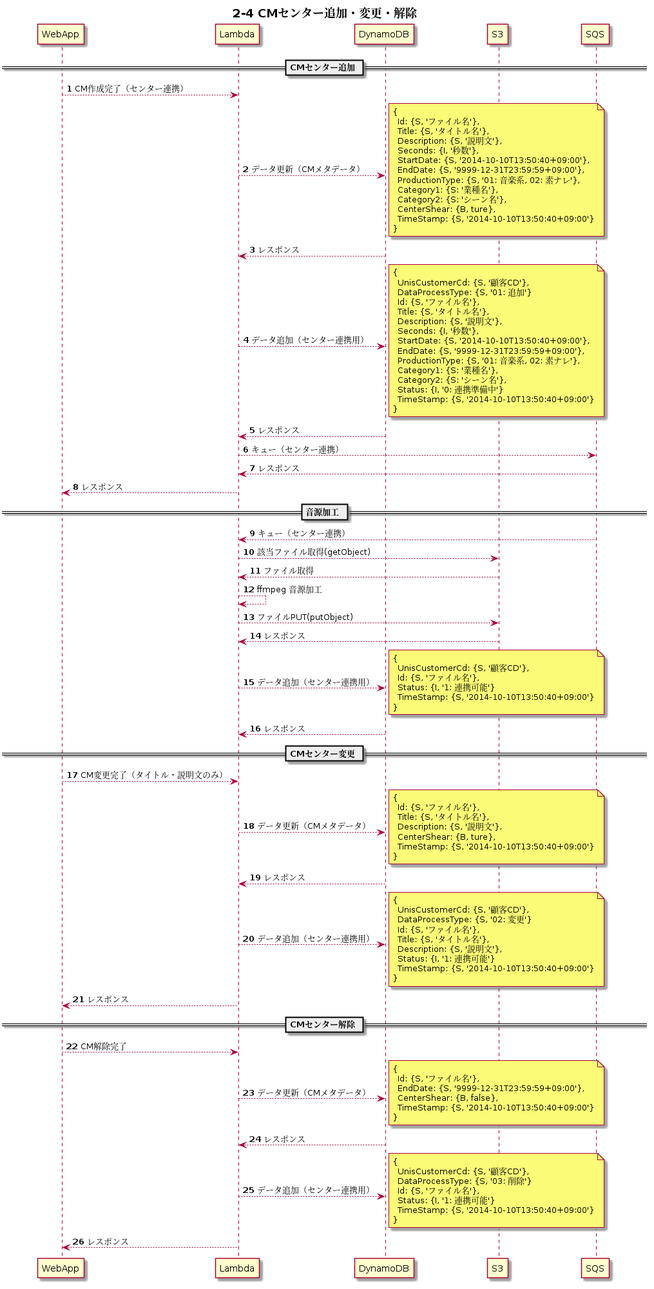
y-watanabe-usen/umesse-test keeps this PlantUML diagram as documents/uml/s2-4.png. Above is the earlier version. Source of this version:
```plantuml
@startuml s2-4

participant WebApp order 1
participant Lambda order 2
participant DynamoDB order 3
participant S3 order 4
participant SQS order 5
skinparam ParticipantPadding 50
autonumber

title ** 2-4 CMセンター追加・変更・解除 **

== CMセンター追加 ==
WebApp --> Lambda: CM作成完了（センター連携）
Lambda --> DynamoDB: データ更新（CMメタデータ）
note right
{
  Id: {S, 'ファイル名'},
  Title: {S, 'タイトル名'},
  Description: {S, '説明文'},
  Seconds: {I, '秒数'},
  StartDate: {S, '2014-10-10T13:50:40+09:00'},
  EndDate: {S, '9999-12-31T23:59:59+09:00'},
  ProductionType: {S, '01: 音楽系, 02: 素ナレ'},
  Category1: {S: '業種名'},
  Category2: {S: 'シーン名'},
  CenterShear: {B, ture},
  TimeStamp: {S, '2014-10-10T13:50:40+09:00'}
}
end note
Lambda <-- DynamoDB: レスポンス
Lambda --> DynamoDB: データ追加（センター連携用）
note right
{
  UnisCustomerCd: {S, '顧客CD'},
  DataProcessType: {S, '01: 追加'}
  Id: {S, 'ファイル名'},
  Title: {S, 'タイトル名'},
  Description: {S, '説明文'},
  Seconds: {I, '秒数'},
  StartDate: {S, '2014-10-10T13:50:40+09:00'},
  EndDate: {S, '9999-12-31T23:59:59+09:00'},
  ProductionType: {S, '01: 音楽系, 02: 素ナレ'},
  Category1: {S: '業種名'},
  Category2: {S: 'シーン名'},
  Status: {I, '0: 連携準備中'}
  TimeStamp: {S, '2014-10-10T13:50:40+09:00'}
}
end note
Lambda <-- DynamoDB: レスポンス
Lambda --> SQS: キュー（センター連携）
Lambda <-- SQS: レスポンス
WebApp <-- Lambda: レスポンス
== 音源加工 ==
Lambda <-- SQS: キュー（センター連携）
Lambda --> S3: 該当ファイル取得(getObject)
Lambda <-- S3: ファイル取得
Lambda --> Lambda: ffmpeg 音源加工
Lambda --> S3: ファイルPUT(putObject)
Lambda <-- S3: レスポンス
Lambda --> DynamoDB: データ追加（センター連携用）
note right
{
  UnisCustomerCd: {S, '顧客CD'},
  Id: {S, 'ファイル名'},
  Status: {I, '1: 連携可能'}
  TimeStamp: {S, '2014-10-10T13:50:40+09:00'}
}
end note
Lambda <-- DynamoDB: レスポンス

== CMセンター変更 ==
WebApp --> Lambda: CM変更完了（タイトル・説明文のみ）
Lambda --> DynamoDB: データ更新（CMメタデータ）
note right
{
  Id: {S, 'ファイル名'},
  Title: {S, 'タイトル名'},
  Description: {S, '説明文'},
  CenterShear: {B, ture},
  TimeStamp: {S, '2014-10-10T13:50:40+09:00'}
}
end note
Lambda <-- DynamoDB: レスポンス
Lambda --> DynamoDB: データ追加（センター連携用）
note right
{
  UnisCustomerCd: {S, '顧客CD'},
  DataProcessType: {S, '02: 変更'}
  Id: {S, 'ファイル名'},
  Title: {S, 'タイトル名'},
  Description: {S, '説明文'},
  Status: {I, '1: 連携可能'}
  TimeStamp: {S, '2014-10-10T13:50:40+09:00'}
}
end note
WebApp <-- Lambda: レスポンス

== CMセンター解除 ==
WebApp --> Lambda: CM解除完了
Lambda --> DynamoDB: データ更新（CMメタデータ）
note right
{
  Id: {S, 'ファイル名'},
  EndDate: {S, '9999-12-31T23:59:59+09:00'},
  CenterShear: {B, false},
  TimeStamp: {S, '2014-10-10T13:50:40+09:00'}
}
end note
Lambda <-- DynamoDB: レスポンス
Lambda --> DynamoDB: データ追加（センター連携用）
note right
{
  UnisCustomerCd: {S, '顧客CD'},
  DataProcessType: {S, '03: 削除'}
  Id: {S, 'ファイル名'},
  Status: {I, '1: 連携可能'}
  TimeStamp: {S, '2014-10-10T13:50:40+09:00'}
}
end note
WebApp <-- Lambda: レスポンス

@enduml
```
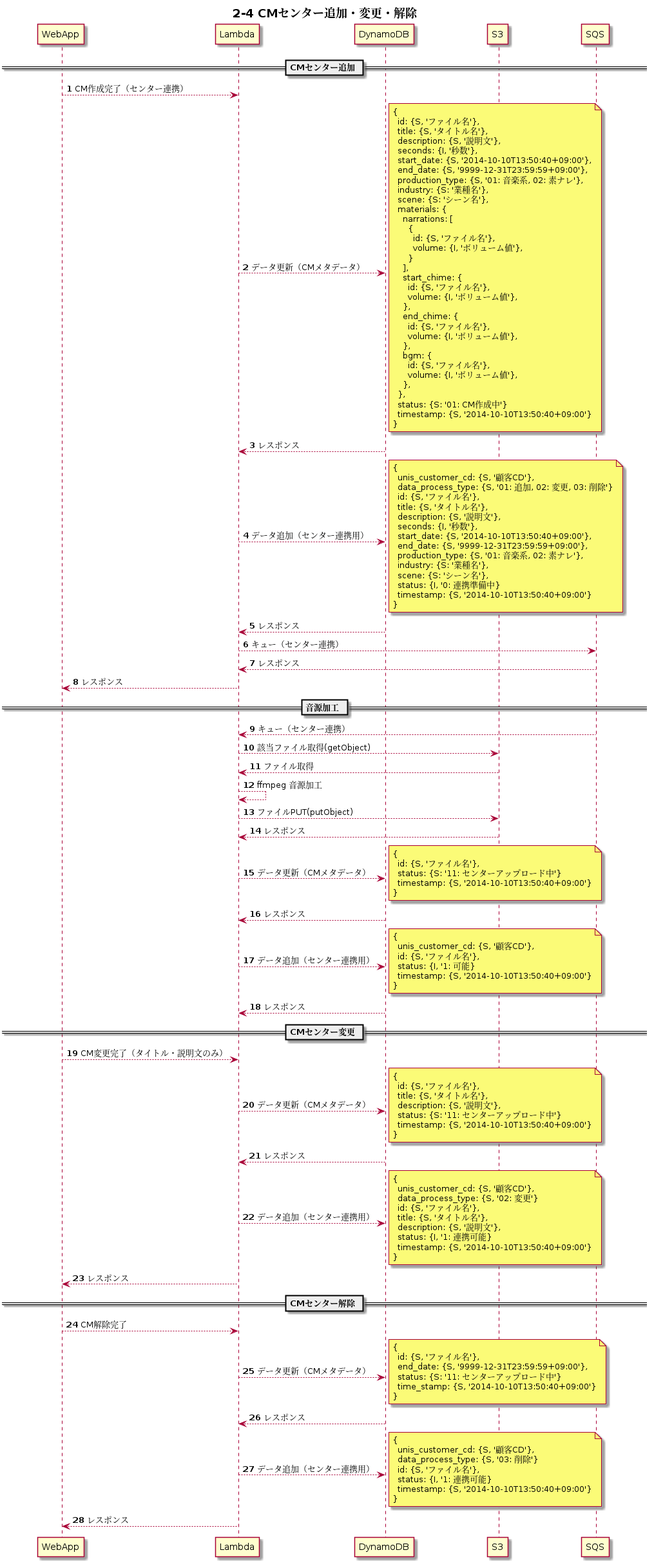
The same diagram one commit later.

Diff of the diagram source:
```diff
@@ -15,36 +15,56 @@
 Lambda --> DynamoDB: データ更新（CMメタデータ）
 note right
 {
-  Id: {S, 'ファイル名'},
-  Title: {S, 'タイトル名'},
-  Description: {S, '説明文'},
-  Seconds: {I, '秒数'},
-  StartDate: {S, '2014-10-10T13:50:40+09:00'},
-  EndDate: {S, '9999-12-31T23:59:59+09:00'},
-  ProductionType: {S, '01: 音楽系, 02: 素ナレ'},
-  Category1: {S: '業種名'},
-  Category2: {S: 'シーン名'},
-  CenterShear: {B, ture},
-  TimeStamp: {S, '2014-10-10T13:50:40+09:00'}
+  id: {S, 'ファイル名'},
+  title: {S, 'タイトル名'},
+  description: {S, '説明文'},
+  seconds: {I, '秒数'},
+  start_date: {S, '2014-10-10T13:50:40+09:00'},
+  end_date: {S, '9999-12-31T23:59:59+09:00'},
+  production_type: {S, '01: 音楽系, 02: 素ナレ'},
+  industry: {S: '業種名'},
+  scene: {S: 'シーン名'},
+  materials: {
+    narrations: [
+      {
+        id: {S, 'ファイル名'},
+        volume: {I, 'ボリューム値'},
+      }
+    ],
+    start_chime: {
+      id: {S, 'ファイル名'},
+      volume: {I, 'ボリューム値'},
+    },
+    end_chime: {
+      id: {S, 'ファイル名'},
+      volume: {I, 'ボリューム値'},
+    },
+    bgm: {
+      id: {S, 'ファイル名'},
+      volume: {I, 'ボリューム値'},
+    },
+  },
+  status: {S: '01: CM作成中'}
+  timestamp: {S, '2014-10-10T13:50:40+09:00'}
 }
 end note
 Lambda <-- DynamoDB: レスポンス
 Lambda --> DynamoDB: データ追加（センター連携用）
 note right
 {
-  UnisCustomerCd: {S, '顧客CD'},
-  DataProcessType: {S, '01: 追加'}
-  Id: {S, 'ファイル名'},
-  Title: {S, 'タイトル名'},
-  Description: {S, '説明文'},
-  Seconds: {I, '秒数'},
-  StartDate: {S, '2014-10-10T13:50:40+09:00'},
-  EndDate: {S, '9999-12-31T23:59:59+09:00'},
-  ProductionType: {S, '01: 音楽系, 02: 素ナレ'},
-  Category1: {S: '業種名'},
-  Category2: {S: 'シーン名'},
-  Status: {I, '0: 連携準備中'}
-  TimeStamp: {S, '2014-10-10T13:50:40+09:00'}
+  unis_customer_cd: {S, '顧客CD'},
+  data_process_type: {S, '01: 追加, 02: 変更, 03: 削除'}
+  id: {S, 'ファイル名'},
+  title: {S, 'タイトル名'},
+  description: {S, '説明文'},
+  seconds: {I, '秒数'},
+  start_date: {S, '2014-10-10T13:50:40+09:00'},
+  end_date: {S, '9999-12-31T23:59:59+09:00'},
+  production_type: {S, '01: 音楽系, 02: 素ナレ'},
+  industry: {S: '業種名'},
+  scene: {S: 'シーン名'},
+  status: {I, '0: 連携準備中}
+  timestamp: {S, '2014-10-10T13:50:40+09:00'}
 }
 end note
 Lambda <-- DynamoDB: レスポンス
@@ -58,13 +78,22 @@
 Lambda --> Lambda: ffmpeg 音源加工
 Lambda --> S3: ファイルPUT(putObject)
 Lambda <-- S3: レスポンス
+Lambda --> DynamoDB: データ更新（CMメタデータ）
+note right
+{
+  id: {S, 'ファイル名'},
+  status: {S: '11: センターアップロード中'}
+  timestamp: {S, '2014-10-10T13:50:40+09:00'}
+}
+end note
+Lambda <-- DynamoDB: レスポンス
 Lambda --> DynamoDB: データ追加（センター連携用）
 note right
 {
-  UnisCustomerCd: {S, '顧客CD'},
-  Id: {S, 'ファイル名'},
-  Status: {I, '1: 連携可能'}
-  TimeStamp: {S, '2014-10-10T13:50:40+09:00'}
+  unis_customer_cd: {S, '顧客CD'},
+  id: {S, 'ファイル名'},
+  status: {I, '1: 可能}
+  timestamp: {S, '2014-10-10T13:50:40+09:00'}
 }
 end note
 Lambda <-- DynamoDB: レスポンス
@@ -74,24 +103,24 @@
 Lambda --> DynamoDB: データ更新（CMメタデータ）
 note right
 {
-  Id: {S, 'ファイル名'},
-  Title: {S, 'タイトル名'},
-  Description: {S, '説明文'},
-  CenterShear: {B, ture},
-  TimeStamp: {S, '2014-10-10T13:50:40+09:00'}
+  id: {S, 'ファイル名'},
+  title: {S, 'タイトル名'},
+  description: {S, '説明文'},
+  status: {S: '11: センターアップロード中'}
+  timestamp: {S, '2014-10-10T13:50:40+09:00'}
 }
 end note
 Lambda <-- DynamoDB: レスポンス
 Lambda --> DynamoDB: データ追加（センター連携用）
 note right
 {
-  UnisCustomerCd: {S, '顧客CD'},
-  DataProcessType: {S, '02: 変更'}
-  Id: {S, 'ファイル名'},
-  Title: {S, 'タイトル名'},
-  Description: {S, '説明文'},
-  Status: {I, '1: 連携可能'}
-  TimeStamp: {S, '2014-10-10T13:50:40+09:00'}
+  unis_customer_cd: {S, '顧客CD'},
+  data_process_type: {S, '02: 変更'}
+  id: {S, 'ファイル名'},
+  title: {S, 'タイトル名'},
+  description: {S, '説明文'},
+  status: {I, '1: 連携可能}
+  timestamp: {S, '2014-10-10T13:50:40+09:00'}
 }
 end note
 WebApp <-- Lambda: レスポンス
@@ -101,21 +130,21 @@
 Lambda --> DynamoDB: データ更新（CMメタデータ）
 note right
 {
-  Id: {S, 'ファイル名'},
-  EndDate: {S, '9999-12-31T23:59:59+09:00'},
-  CenterShear: {B, false},
-  TimeStamp: {S, '2014-10-10T13:50:40+09:00'}
+  id: {S, 'ファイル名'},
+  end_date: {S, '9999-12-31T23:59:59+09:00'},
+  status: {S: '11: センターアップロード中'}
+  time_stamp: {S, '2014-10-10T13:50:40+09:00'}
 }
 end note
 Lambda <-- DynamoDB: レスポンス
 Lambda --> DynamoDB: データ追加（センター連携用）
 note right
 {
-  UnisCustomerCd: {S, '顧客CD'},
-  DataProcessType: {S, '03: 削除'}
-  Id: {S, 'ファイル名'},
-  Status: {I, '1: 連携可能'}
-  TimeStamp: {S, '2014-10-10T13:50:40+09:00'}
+  unis_customer_cd: {S, '顧客CD'},
+  data_process_type: {S, '03: 削除'}
+  id: {S, 'ファイル名'},
+  status: {I, '1: 連携可能}
+  timestamp: {S, '2014-10-10T13:50:40+09:00'}
 }
 end note
 WebApp <-- Lambda: レスポンス
```
